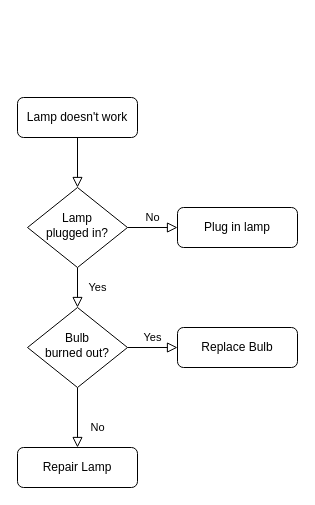
The draw.io diagram 名称未設定ファイル.drawio in Katsu8998/Calclator, before the edit. Source tidied: cells renumbered, new cells numbered last; positions are measured from the earlier drawing's top-left corner, leaving out a move shared by most shapes. Both pictures are drawn from the tidied source at 100%, with x=0, y=0 at pixel (17, 97).
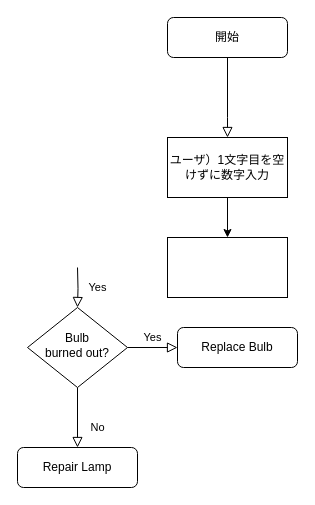
The same diagram, later.

Commit message:
Calclator_Flowchart

Change to the diagram source:
```diff
@@
 <mxGraphModel>
   <root>
     <mxCell id="0" />
     <mxCell id="1" parent="0" />
-    <mxCell id="2" style="rounded=0;html=1;jettySize=auto;fontSize=11;endArrow=block;endFill=0;endSize=8;strokeWidth=1;shadow=0;labelBackgroundColor=none;edgeStyle=orthogonalEdgeStyle;" parent="1" edge="1" source="3" target="6">
-      <mxGeometry relative="1" as="geometry" />
+    <mxCell id="2" style="rounded=0;html=1;jettySize=auto;fontSize=11;endArrow=block;endFill=0;endSize=8;strokeWidth=1;shadow=0;labelBackgroundColor=none;edgeStyle=orthogonalEdgeStyle;" parent="1" edge="1" source="3">
+      <mxGeometry relative="1" as="geometry">
+        <mxPoint x="210" y="40" as="targetPoint" />
+        <Array as="points">
+          <mxPoint x="210" y="20" />
+        </Array>
+      </mxGeometry>
     </mxCell>
-    <mxCell id="3" value="Lamp doesn't work" style="rounded=1;whiteSpace=wrap;html=1;fontSize=12;glass=0;strokeWidth=1;shadow=0;" parent="1" vertex="1">
-      <mxGeometry width="120" height="40" as="geometry" />
+    <mxCell id="3" value="開始" style="rounded=1;whiteSpace=wrap;html=1;fontSize=12;glass=0;strokeWidth=1;shadow=0;" parent="1" vertex="1">
+      <mxGeometry x="150" y="-80" width="120" height="40" as="geometry" />
     </mxCell>
-    <mxCell id="4" value="Yes" style="rounded=0;html=1;jettySize=auto;fontSize=11;endArrow=block;endFill=0;endSize=8;strokeWidth=1;shadow=0;labelBackgroundColor=none;edgeStyle=orthogonalEdgeStyle;" parent="1" edge="1" source="6" target="10">
-      <mxGeometry y="20" relative="1" as="geometry" />
+    <mxCell id="4" value="Yes" style="rounded=0;html=1;jettySize=auto;fontSize=11;endArrow=block;endFill=0;endSize=8;strokeWidth=1;shadow=0;labelBackgroundColor=none;edgeStyle=orthogonalEdgeStyle;" parent="1" edge="1" target="10">
+      <mxGeometry y="20" relative="1" as="geometry">
+        <mxPoint x="60" y="170" as="sourcePoint" />
+      </mxGeometry>
     </mxCell>
-    <mxCell id="5" value="No" style="edgeStyle=orthogonalEdgeStyle;rounded=0;html=1;jettySize=auto;fontSize=11;endArrow=block;endFill=0;endSize=8;strokeWidth=1;shadow=0;labelBackgroundColor=none;" parent="1" edge="1" source="6" target="7">
-      <mxGeometry y="10" relative="1" as="geometry" />
-    </mxCell>
-    <mxCell id="6" value="Lamp&lt;br&gt;plugged in?" style="rhombus;whiteSpace=wrap;html=1;shadow=0;fontFamily=Helvetica;fontSize=12;align=center;strokeWidth=1;spacing=6;spacingTop=-4;" parent="1" vertex="1">
-      <mxGeometry x="10" y="90" width="100" height="80" as="geometry" />
-    </mxCell>
-    <mxCell id="7" value="Plug in lamp" style="rounded=1;whiteSpace=wrap;html=1;fontSize=12;glass=0;strokeWidth=1;shadow=0;" parent="1" vertex="1">
-      <mxGeometry x="160" y="110" width="120" height="40" as="geometry" />
-    </mxCell>
     <mxCell id="8" value="No" style="rounded=0;html=1;jettySize=auto;fontSize=11;endArrow=block;endFill=0;endSize=8;strokeWidth=1;shadow=0;labelBackgroundColor=none;edgeStyle=orthogonalEdgeStyle;" parent="1" edge="1" source="10" target="11">
       <mxGeometry x="0.33" y="20" relative="1" as="geometry" />
     </mxCell>
     <mxCell id="9" value="Yes" style="edgeStyle=orthogonalEdgeStyle;rounded=0;html=1;jettySize=auto;fontSize=11;endArrow=block;endFill=0;endSize=8;strokeWidth=1;shadow=0;labelBackgroundColor=none;" parent="1" edge="1" source="10" target="12">
       <mxGeometry y="10" relative="1" as="geometry" />
     </mxCell>
     <mxCell id="10" value="Bulb&lt;br&gt;burned out?" style="rhombus;whiteSpace=wrap;html=1;shadow=0;fontFamily=Helvetica;fontSize=12;align=center;strokeWidth=1;spacing=6;spacingTop=-4;" parent="1" vertex="1">
       <mxGeometry x="10" y="210" width="100" height="80" as="geometry" />
     </mxCell>
     <mxCell id="11" value="Repair Lamp" style="rounded=1;whiteSpace=wrap;html=1;fontSize=12;glass=0;strokeWidth=1;shadow=0;" parent="1" vertex="1">
       <mxGeometry y="350" width="120" height="40" as="geometry" />
     </mxCell>
     <mxCell id="12" value="Replace Bulb" style="rounded=1;whiteSpace=wrap;html=1;fontSize=12;glass=0;strokeWidth=1;shadow=0;" parent="1" vertex="1">
       <mxGeometry x="160" y="230" width="120" height="40" as="geometry" />
     </mxCell>
+    <mxCell id="13" style="edgeStyle=orthogonalEdgeStyle;rounded=0;jettySize=auto;html=1;" parent="1" edge="1" source="14" target="15">
+      <mxGeometry relative="1" as="geometry" />
+    </mxCell>
+    <mxCell id="14" value="ユーザ）1文字目を空けずに数字入力" style="rounded=0;whiteSpace=wrap;html=1;" parent="1" vertex="1">
+      <mxGeometry x="150" y="40" width="120" height="60" as="geometry" />
+    </mxCell>
+    <mxCell id="15" style="whiteSpace=wrap;html=1;rounded=0;" parent="1" vertex="1">
+      <mxGeometry x="150" y="140" width="120" height="60" as="geometry" />
+    </mxCell>
   </root>
 </mxGraphModel>
```
